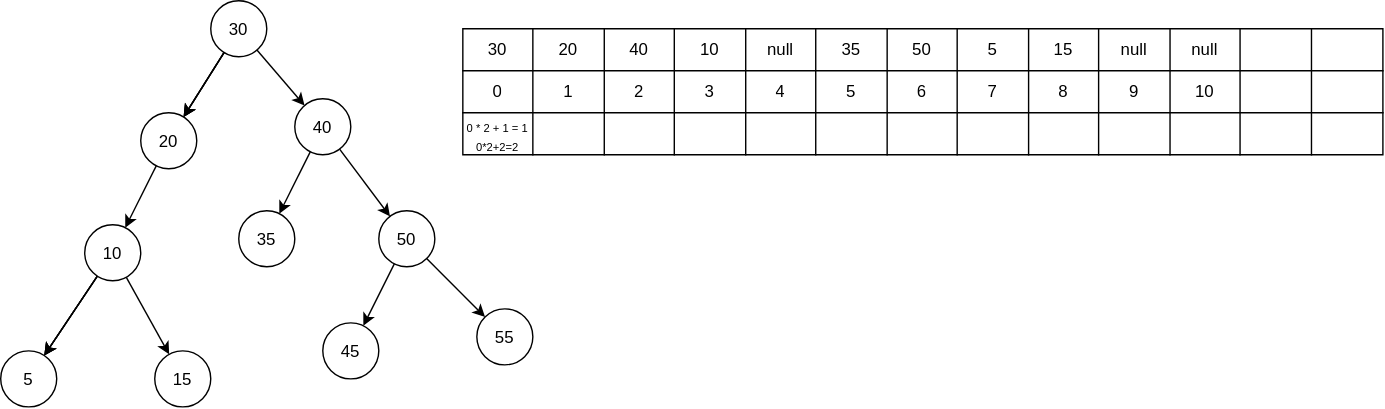
kosukhin/catalog keeps this draw.io diagram as База/Структуры данных/2. Быстро находить данные и проверять условия/2.3. Проверять принадлежность и уникальность/Множество (Set)/binary-tree.drawio.svg. Above is the earlier version. Source tidied: cells renumbered, new cells last; positions are measured from the earlier drawing's top-left corner, leaving out a move shared by most shapes.
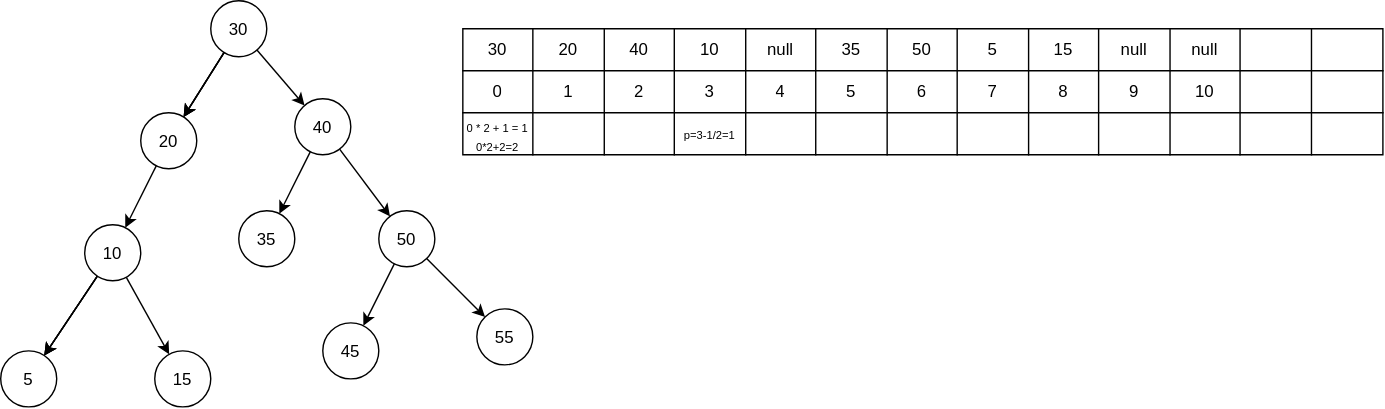
Above is the later version.

Diff of the diagram source:
```diff
@@ -170,7 +170,7 @@
     <mxCell id="57" style="shape=partialRectangle;html=1;whiteSpace=wrap;strokeColor=inherit;overflow=hidden;fillColor=none;" parent="54" vertex="1">
       <mxGeometry x="101" width="50" height="30" as="geometry" />
     </mxCell>
-    <mxCell id="58" style="shape=partialRectangle;html=1;whiteSpace=wrap;strokeColor=inherit;overflow=hidden;fillColor=none;" parent="54" vertex="1">
+    <mxCell id="58" value="&lt;font style=&quot;font-size: 8px;&quot;&gt;p=3-1/2=1&lt;/font&gt;" style="shape=partialRectangle;html=1;whiteSpace=wrap;strokeColor=inherit;overflow=hidden;fillColor=none;" parent="54" vertex="1">
       <mxGeometry x="151" width="51" height="30" as="geometry" />
     </mxCell>
     <mxCell id="59" style="shape=partialRectangle;html=1;whiteSpace=wrap;strokeColor=inherit;overflow=hidden;fillColor=none;" parent="54" vertex="1">
```
